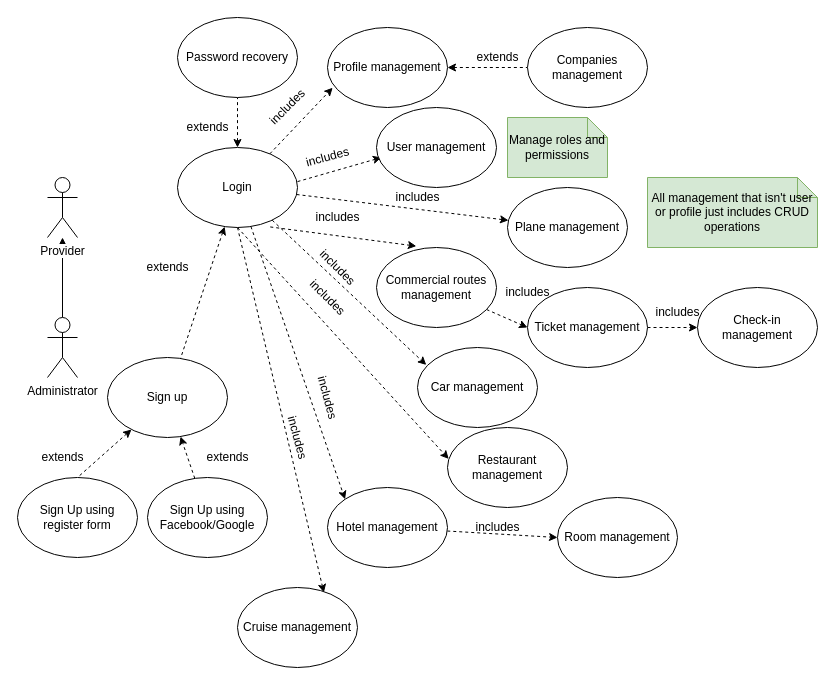
NeutronBlast/IS-Ex keeps this draw.io diagram as Vacanze/Use cases.drawio. Above is the earlier version. Source tidied: cells renumbered, new cells numbered last; positions are measured from the earlier drawing's top-left corner, leaving out a move shared by most shapes. Both pictures are drawn from the tidied source at 100%, with x=0, y=0 at pixel (17, 17).
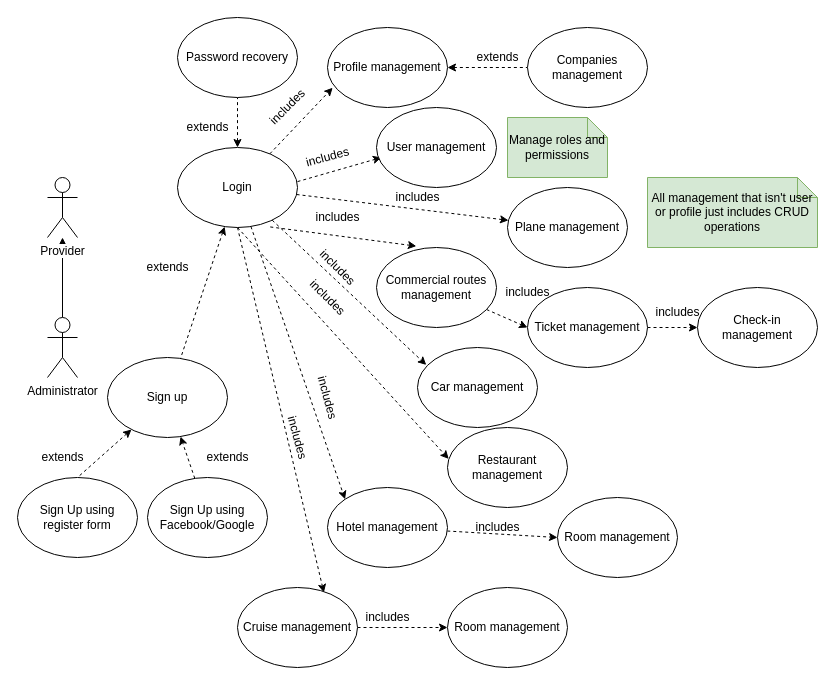
After the change.

Commit message (it also covers changes not shown here):
tweek tweak

The change refers to these unchanged cells:
```xml
<mxCell id="35" value="Cruise management" style="ellipse;whiteSpace=wrap;html=1;" parent="1" vertex="1">
  <mxGeometry x="220" y="570" width="120" height="80" as="geometry" />
</mxCell>
```

What changed in the source:
```diff
@@
+    <mxCell id="56" style="edgeStyle=orthogonalEdgeStyle;rounded=0;jettySize=auto;html=1;dashed=1;" parent="1" edge="1" source="35">
+      <mxGeometry relative="1" as="geometry">
+        <mxPoint x="430" y="610" as="targetPoint" />
+      </mxGeometry>
+    </mxCell>
@@
+    <mxCell id="57" value="includes" style="text;html=1;align=center;verticalAlign=middle;" parent="1" vertex="1">
+      <mxGeometry x="340" y="590" width="60" height="20" as="geometry" />
+    </mxCell>
+    <mxCell id="58" value="Room management" style="ellipse;whiteSpace=wrap;html=1;" parent="1" vertex="1">
+      <mxGeometry x="430" y="570" width="120" height="80" as="geometry" />
+    </mxCell>
```
